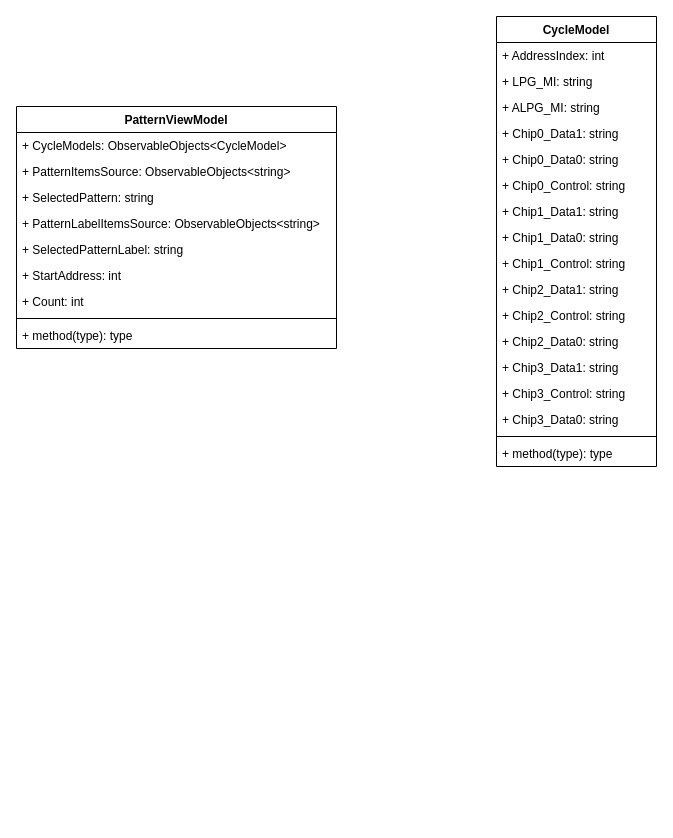
Earlier version of the draw.io diagram page "Pattern" (2 of 2) of SG9KG5/System Debugger.drawio (Jasson-Chou/Software-Projects). Source tidied: cells renumbered, new cells numbered last; positions are measured from the earlier drawing's top-left corner, leaving out a move shared by most shapes. Both pictures are drawn from the tidied source at 100%, with x=0, y=0 at pixel (16, 16).
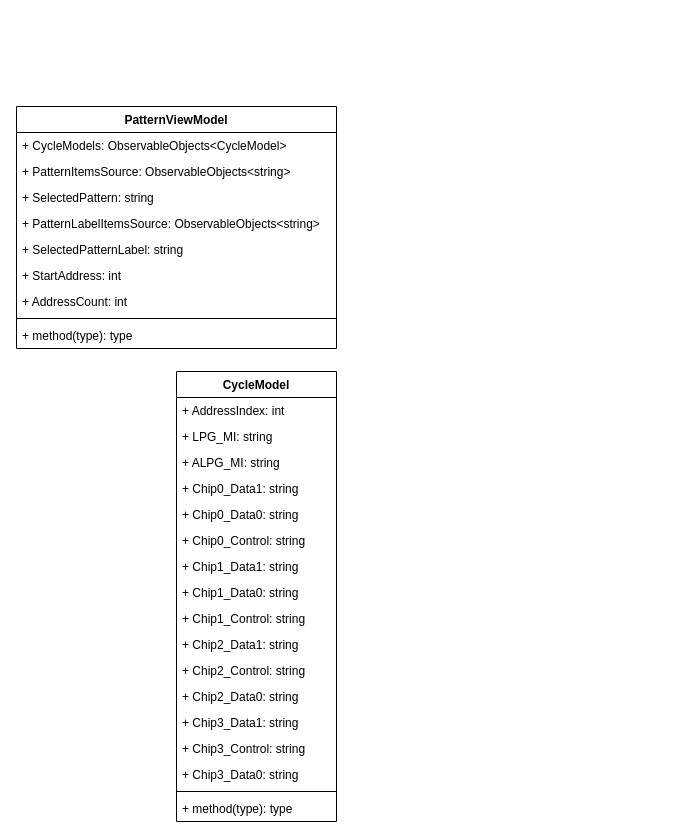
The same page after the edit.

The change refers to these unchanged cells:
```xml
<mxCell id="20" value="PatternViewModel" style="swimlane;fontStyle=1;align=center;verticalAlign=top;horizontal=1;startSize=26;" parent="1" vertex="1">
  <mxGeometry y="90" width="320" height="242" as="geometry" />
</mxCell>
```

Change to the diagram source:
```diff
@@
     <mxCell id="2" value="CycleModel" style="swimlane;fontStyle=1;align=center;verticalAlign=top;horizontal=1;startSize=26;" parent="1" vertex="1">
-      <mxGeometry x="480" width="160" height="450" as="geometry" />
+      <mxGeometry x="160" y="355" width="160" height="450" as="geometry" />
     </mxCell>
@@
-    <mxCell id="27" value="+ Count: int" style="text;strokeColor=none;fillColor=none;align=left;verticalAlign=top;spacingLeft=4;spacingRight=4;overflow=hidden;" parent="20" vertex="1">
+    <mxCell id="27" value="+ AddressCount: int" style="text;strokeColor=none;fillColor=none;align=left;verticalAlign=top;spacingLeft=4;spacingRight=4;overflow=hidden;" parent="20" vertex="1">
       <mxGeometry y="182" width="320" height="26" as="geometry" />
     </mxCell>
```
